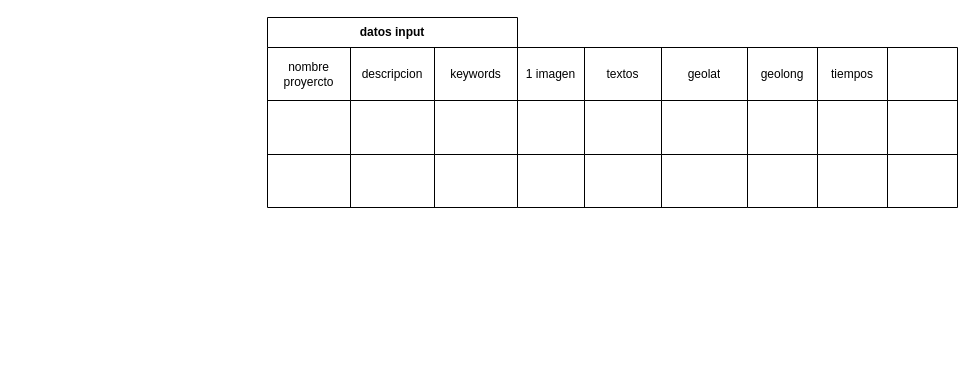
Above: prohelvetia.drawio in atractorestudio/docs (draw.io), before the change. Source tidied: cells renumbered, new cells numbered last; positions are measured from the earlier drawing's top-left corner, leaving out a move shared by most shapes. Both pictures are drawn from the tidied source at 100%, with x=0, y=0 at pixel (267, 17).
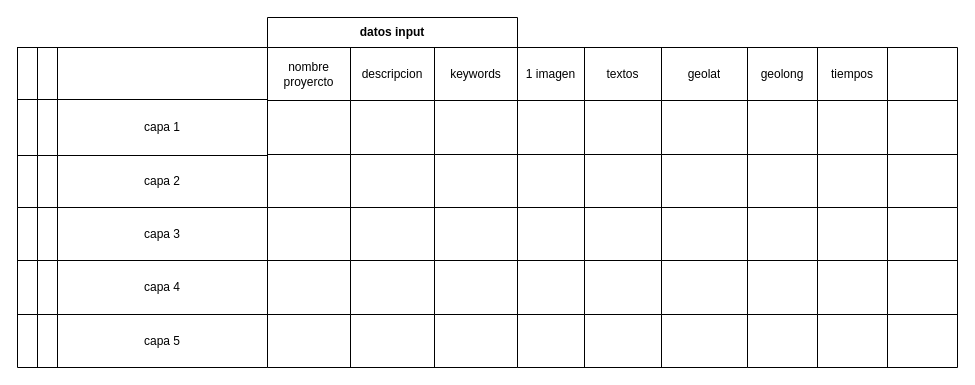
The same diagram, later.

What changed in the source:
```diff
@@
+    <mxCell id="41" style="shape=table;html=1;whiteSpace=wrap;startSize=0;childLayout=tableLayout;" parent="1" vertex="1">
+      <mxGeometry y="190" width="250" height="160" as="geometry" />
+    </mxCell>
+    <mxCell id="42" style="shape=partialRectangle;html=1;whiteSpace=wrap;fillColor=none;top=0;left=0;bottom=0;right=0;" parent="41" vertex="1">
+      <mxGeometry width="250" height="53" as="geometry" />
+    </mxCell>
+    <mxCell id="43" style="shape=partialRectangle;html=1;whiteSpace=wrap;fillColor=none;top=0;left=0;bottom=0;right=0;overflow=hidden;" parent="42" vertex="1">
+      <mxGeometry width="83" height="53" as="geometry" />
+    </mxCell>
+    <mxCell id="44" style="shape=partialRectangle;html=1;whiteSpace=wrap;fillColor=none;top=0;left=0;bottom=0;right=0;overflow=hidden;" parent="42" vertex="1">
+      <mxGeometry x="83" width="84" height="53" as="geometry" />
+    </mxCell>
+    <mxCell id="45" style="shape=partialRectangle;html=1;whiteSpace=wrap;fillColor=none;top=0;left=0;bottom=0;right=0;overflow=hidden;" parent="42" vertex="1">
+      <mxGeometry x="167" width="83" height="53" as="geometry" />
+    </mxCell>
+    <mxCell id="46" style="shape=partialRectangle;html=1;whiteSpace=wrap;fillColor=none;top=0;left=0;bottom=0;right=0;" parent="41" vertex="1">
+      <mxGeometry y="53" width="250" height="54" as="geometry" />
+    </mxCell>
+    <mxCell id="47" style="shape=partialRectangle;html=1;whiteSpace=wrap;fillColor=none;top=0;left=0;bottom=0;right=0;overflow=hidden;" parent="46" vertex="1">
+      <mxGeometry width="83" height="54" as="geometry" />
+    </mxCell>
+    <mxCell id="48" style="shape=partialRectangle;html=1;whiteSpace=wrap;fillColor=none;top=0;left=0;bottom=0;right=0;overflow=hidden;" parent="46" vertex="1">
+      <mxGeometry x="83" width="84" height="54" as="geometry" />
+    </mxCell>
+    <mxCell id="49" style="shape=partialRectangle;html=1;whiteSpace=wrap;fillColor=none;top=0;left=0;bottom=0;right=0;overflow=hidden;" parent="46" vertex="1">
+      <mxGeometry x="167" width="83" height="54" as="geometry" />
+    </mxCell>
+    <mxCell id="50" style="shape=partialRectangle;html=1;whiteSpace=wrap;fillColor=none;top=0;left=0;bottom=0;right=0;" parent="41" vertex="1">
+      <mxGeometry y="107" width="250" height="53" as="geometry" />
+    </mxCell>
+    <mxCell id="51" style="shape=partialRectangle;html=1;whiteSpace=wrap;fillColor=none;top=0;left=0;bottom=0;right=0;overflow=hidden;" parent="50" vertex="1">
+      <mxGeometry width="83" height="53" as="geometry" />
+    </mxCell>
+    <mxCell id="52" style="shape=partialRectangle;html=1;whiteSpace=wrap;fillColor=none;top=0;left=0;bottom=0;right=0;overflow=hidden;" parent="50" vertex="1">
+      <mxGeometry x="83" width="84" height="53" as="geometry" />
+    </mxCell>
+    <mxCell id="53" style="shape=partialRectangle;html=1;whiteSpace=wrap;fillColor=none;top=0;left=0;bottom=0;right=0;overflow=hidden;" parent="50" vertex="1">
+      <mxGeometry x="167" width="83" height="53" as="geometry" />
+    </mxCell>
+    <mxCell id="54" style="shape=table;html=1;whiteSpace=wrap;startSize=0;childLayout=tableLayout;" parent="1" vertex="1">
+      <mxGeometry x="250" y="190" width="230" height="160" as="geometry" />
+    </mxCell>
+    <mxCell id="55" style="shape=partialRectangle;html=1;whiteSpace=wrap;fillColor=none;top=0;left=0;bottom=0;right=0;" parent="54" vertex="1">
+      <mxGeometry width="230" height="53" as="geometry" />
+    </mxCell>
+    <mxCell id="56" style="shape=partialRectangle;html=1;whiteSpace=wrap;fillColor=none;top=0;left=0;bottom=0;right=0;overflow=hidden;" parent="55" vertex="1">
+      <mxGeometry width="67" height="53" as="geometry" />
+    </mxCell>
+    <mxCell id="57" style="shape=partialRectangle;html=1;whiteSpace=wrap;fillColor=none;top=0;left=0;bottom=0;right=0;overflow=hidden;" parent="55" vertex="1">
+      <mxGeometry x="67" width="77" height="53" as="geometry" />
+    </mxCell>
+    <mxCell id="58" style="shape=partialRectangle;html=1;whiteSpace=wrap;fillColor=none;top=0;left=0;bottom=0;right=0;overflow=hidden;" parent="55" vertex="1">
+      <mxGeometry x="144" width="86" height="53" as="geometry" />
+    </mxCell>
+    <mxCell id="59" style="shape=partialRectangle;html=1;whiteSpace=wrap;fillColor=none;top=0;left=0;bottom=0;right=0;" parent="54" vertex="1">
+      <mxGeometry y="53" width="230" height="54" as="geometry" />
+    </mxCell>
+    <mxCell id="60" style="shape=partialRectangle;html=1;whiteSpace=wrap;fillColor=none;top=0;left=0;bottom=0;right=0;overflow=hidden;" parent="59" vertex="1">
+      <mxGeometry width="67" height="54" as="geometry" />
+    </mxCell>
+    <mxCell id="61" style="shape=partialRectangle;html=1;whiteSpace=wrap;fillColor=none;top=0;left=0;bottom=0;right=0;overflow=hidden;" parent="59" vertex="1">
+      <mxGeometry x="67" width="77" height="54" as="geometry" />
+    </mxCell>
+    <mxCell id="62" style="shape=partialRectangle;html=1;whiteSpace=wrap;fillColor=none;top=0;left=0;bottom=0;right=0;overflow=hidden;" parent="59" vertex="1">
+      <mxGeometry x="144" width="86" height="54" as="geometry" />
+    </mxCell>
+    <mxCell id="63" style="shape=partialRectangle;html=1;whiteSpace=wrap;fillColor=none;top=0;left=0;bottom=0;right=0;" parent="54" vertex="1">
+      <mxGeometry y="107" width="230" height="53" as="geometry" />
+    </mxCell>
+    <mxCell id="64" style="shape=partialRectangle;html=1;whiteSpace=wrap;fillColor=none;top=0;left=0;bottom=0;right=0;overflow=hidden;" parent="63" vertex="1">
+      <mxGeometry width="67" height="53" as="geometry" />
+    </mxCell>
+    <mxCell id="65" style="shape=partialRectangle;html=1;whiteSpace=wrap;fillColor=none;top=0;left=0;bottom=0;right=0;overflow=hidden;" parent="63" vertex="1">
+      <mxGeometry x="67" width="77" height="53" as="geometry" />
+    </mxCell>
+    <mxCell id="66" style="shape=partialRectangle;html=1;whiteSpace=wrap;fillColor=none;top=0;left=0;bottom=0;right=0;overflow=hidden;" parent="63" vertex="1">
+      <mxGeometry x="144" width="86" height="53" as="geometry" />
+    </mxCell>
+    <mxCell id="67" style="shape=table;html=1;whiteSpace=wrap;startSize=0;childLayout=tableLayout;" parent="1" vertex="1">
+      <mxGeometry x="480" y="190" width="210" height="160" as="geometry" />
+    </mxCell>
+    <mxCell id="68" style="shape=partialRectangle;html=1;whiteSpace=wrap;fillColor=none;top=0;left=0;bottom=0;right=0;" parent="67" vertex="1">
+      <mxGeometry width="210" height="53" as="geometry" />
+    </mxCell>
+    <mxCell id="69" style="shape=partialRectangle;html=1;whiteSpace=wrap;fillColor=none;top=0;left=0;bottom=0;right=0;overflow=hidden;" parent="68" vertex="1">
+      <mxGeometry width="70" height="53" as="geometry" />
+    </mxCell>
+    <mxCell id="70" style="shape=partialRectangle;html=1;whiteSpace=wrap;fillColor=none;top=0;left=0;bottom=0;right=0;overflow=hidden;" parent="68" vertex="1">
+      <mxGeometry x="70" width="70" height="53" as="geometry" />
+    </mxCell>
+    <mxCell id="71" style="shape=partialRectangle;html=1;whiteSpace=wrap;fillColor=none;top=0;left=0;bottom=0;right=0;overflow=hidden;" parent="68" vertex="1">
+      <mxGeometry x="140" width="70" height="53" as="geometry" />
+    </mxCell>
+    <mxCell id="72" style="shape=partialRectangle;html=1;whiteSpace=wrap;fillColor=none;top=0;left=0;bottom=0;right=0;" parent="67" vertex="1">
+      <mxGeometry y="53" width="210" height="54" as="geometry" />
+    </mxCell>
+    <mxCell id="73" style="shape=partialRectangle;html=1;whiteSpace=wrap;fillColor=none;top=0;left=0;bottom=0;right=0;overflow=hidden;" parent="72" vertex="1">
+      <mxGeometry width="70" height="54" as="geometry" />
+    </mxCell>
+    <mxCell id="74" style="shape=partialRectangle;html=1;whiteSpace=wrap;fillColor=none;top=0;left=0;bottom=0;right=0;overflow=hidden;" parent="72" vertex="1">
+      <mxGeometry x="70" width="70" height="54" as="geometry" />
+    </mxCell>
+    <mxCell id="75" style="shape=partialRectangle;html=1;whiteSpace=wrap;fillColor=none;top=0;left=0;bottom=0;right=0;overflow=hidden;" parent="72" vertex="1">
+      <mxGeometry x="140" width="70" height="54" as="geometry" />
+    </mxCell>
+    <mxCell id="76" style="shape=partialRectangle;html=1;whiteSpace=wrap;fillColor=none;top=0;left=0;bottom=0;right=0;" parent="67" vertex="1">
+      <mxGeometry y="107" width="210" height="53" as="geometry" />
+    </mxCell>
+    <mxCell id="77" style="shape=partialRectangle;html=1;whiteSpace=wrap;fillColor=none;top=0;left=0;bottom=0;right=0;overflow=hidden;" parent="76" vertex="1">
+      <mxGeometry width="70" height="53" as="geometry" />
+    </mxCell>
+    <mxCell id="78" style="shape=partialRectangle;html=1;whiteSpace=wrap;fillColor=none;top=0;left=0;bottom=0;right=0;overflow=hidden;" parent="76" vertex="1">
+      <mxGeometry x="70" width="70" height="53" as="geometry" />
+    </mxCell>
+    <mxCell id="79" style="shape=partialRectangle;html=1;whiteSpace=wrap;fillColor=none;top=0;left=0;bottom=0;right=0;overflow=hidden;" parent="76" vertex="1">
+      <mxGeometry x="140" width="70" height="53" as="geometry" />
+    </mxCell>
+    <mxCell id="80" style="shape=table;html=1;whiteSpace=wrap;startSize=0;childLayout=tableLayout;" parent="1" vertex="1">
+      <mxGeometry x="-250" y="190" width="250" height="160" as="geometry" />
+    </mxCell>
+    <mxCell id="81" style="shape=partialRectangle;html=1;whiteSpace=wrap;fillColor=none;top=0;left=0;bottom=0;right=0;" parent="80" vertex="1">
+      <mxGeometry width="250" height="53" as="geometry" />
+    </mxCell>
+    <mxCell id="82" style="shape=partialRectangle;html=1;whiteSpace=wrap;fillColor=none;top=0;left=0;bottom=0;right=0;overflow=hidden;" parent="81" vertex="1">
+      <mxGeometry width="20" height="53" as="geometry" />
+    </mxCell>
+    <mxCell id="83" style="shape=partialRectangle;html=1;whiteSpace=wrap;fillColor=none;top=0;left=0;bottom=0;right=0;overflow=hidden;" parent="81" vertex="1">
+      <mxGeometry x="20" width="20" height="53" as="geometry" />
+    </mxCell>
+    <mxCell id="84" value="capa 3" style="shape=partialRectangle;html=1;whiteSpace=wrap;fillColor=none;top=0;left=0;bottom=0;right=0;overflow=hidden;" parent="81" vertex="1">
+      <mxGeometry x="40" width="210" height="53" as="geometry" />
+    </mxCell>
+    <mxCell id="85" style="shape=partialRectangle;html=1;whiteSpace=wrap;fillColor=none;top=0;left=0;bottom=0;right=0;" parent="80" vertex="1">
+      <mxGeometry y="53" width="250" height="54" as="geometry" />
+    </mxCell>
+    <mxCell id="86" style="shape=partialRectangle;html=1;whiteSpace=wrap;fillColor=none;top=0;left=0;bottom=0;right=0;overflow=hidden;" parent="85" vertex="1">
+      <mxGeometry width="20" height="54" as="geometry" />
+    </mxCell>
+    <mxCell id="87" style="shape=partialRectangle;html=1;whiteSpace=wrap;fillColor=none;top=0;left=0;bottom=0;right=0;overflow=hidden;" parent="85" vertex="1">
+      <mxGeometry x="20" width="20" height="54" as="geometry" />
+    </mxCell>
+    <mxCell id="88" value="capa 4" style="shape=partialRectangle;html=1;whiteSpace=wrap;fillColor=none;top=0;left=0;bottom=0;right=0;overflow=hidden;" parent="85" vertex="1">
+      <mxGeometry x="40" width="210" height="54" as="geometry" />
+    </mxCell>
+    <mxCell id="89" style="shape=partialRectangle;html=1;whiteSpace=wrap;fillColor=none;top=0;left=0;bottom=0;right=0;" parent="80" vertex="1">
+      <mxGeometry y="107" width="250" height="53" as="geometry" />
+    </mxCell>
+    <mxCell id="90" style="shape=partialRectangle;html=1;whiteSpace=wrap;fillColor=none;top=0;left=0;bottom=0;right=0;overflow=hidden;" parent="89" vertex="1">
+      <mxGeometry width="20" height="53" as="geometry" />
+    </mxCell>
+    <mxCell id="91" style="shape=partialRectangle;html=1;whiteSpace=wrap;fillColor=none;top=0;left=0;bottom=0;right=0;overflow=hidden;" parent="89" vertex="1">
+      <mxGeometry x="20" width="20" height="53" as="geometry" />
+    </mxCell>
+    <mxCell id="92" value="capa 5" style="shape=partialRectangle;html=1;whiteSpace=wrap;fillColor=none;top=0;left=0;bottom=0;right=0;overflow=hidden;" parent="89" vertex="1">
+      <mxGeometry x="40" width="210" height="53" as="geometry" />
+    </mxCell>
+    <mxCell id="93" style="shape=table;html=1;whiteSpace=wrap;startSize=0;childLayout=tableLayout;" parent="1" vertex="1">
+      <mxGeometry x="-250" y="30" width="250" height="160" as="geometry" />
+    </mxCell>
+    <mxCell id="94" style="shape=partialRectangle;html=1;whiteSpace=wrap;fillColor=none;top=0;left=0;bottom=0;right=0;" parent="93" vertex="1">
+      <mxGeometry width="250" height="52" as="geometry" />
+    </mxCell>
+    <mxCell id="95" style="shape=partialRectangle;html=1;whiteSpace=wrap;fillColor=none;top=0;left=0;bottom=0;right=0;overflow=hidden;" parent="94" vertex="1">
+      <mxGeometry width="20" height="52" as="geometry" />
+    </mxCell>
+    <mxCell id="96" style="shape=partialRectangle;html=1;whiteSpace=wrap;fillColor=none;top=0;left=0;bottom=0;right=0;overflow=hidden;" parent="94" vertex="1">
+      <mxGeometry x="20" width="20" height="52" as="geometry" />
+    </mxCell>
+    <mxCell id="97" style="shape=partialRectangle;html=1;whiteSpace=wrap;fillColor=none;top=0;left=0;bottom=0;right=0;overflow=hidden;" parent="94" vertex="1">
+      <mxGeometry x="40" width="210" height="52" as="geometry" />
+    </mxCell>
+    <mxCell id="98" style="shape=partialRectangle;html=1;whiteSpace=wrap;fillColor=none;top=0;left=0;bottom=0;right=0;" parent="93" vertex="1">
+      <mxGeometry y="52" width="250" height="56" as="geometry" />
+    </mxCell>
+    <mxCell id="99" style="shape=partialRectangle;html=1;whiteSpace=wrap;fillColor=none;top=0;left=0;bottom=0;right=0;overflow=hidden;" parent="98" vertex="1">
+      <mxGeometry width="20" height="56" as="geometry" />
+    </mxCell>
+    <mxCell id="100" style="shape=partialRectangle;html=1;whiteSpace=wrap;fillColor=none;top=0;left=0;bottom=0;right=0;overflow=hidden;" parent="98" vertex="1">
+      <mxGeometry x="20" width="20" height="56" as="geometry" />
+    </mxCell>
+    <mxCell id="101" value="capa 1" style="shape=partialRectangle;html=1;whiteSpace=wrap;fillColor=none;top=0;left=0;bottom=0;right=0;overflow=hidden;" parent="98" vertex="1">
+      <mxGeometry x="40" width="210" height="56" as="geometry" />
+    </mxCell>
+    <mxCell id="102" style="shape=partialRectangle;html=1;whiteSpace=wrap;fillColor=none;top=0;left=0;bottom=0;right=0;" parent="93" vertex="1">
+      <mxGeometry y="108" width="250" height="52" as="geometry" />
+    </mxCell>
+    <mxCell id="103" style="shape=partialRectangle;html=1;whiteSpace=wrap;fillColor=none;top=0;left=0;bottom=0;right=0;overflow=hidden;" parent="102" vertex="1">
+      <mxGeometry width="20" height="52" as="geometry" />
+    </mxCell>
+    <mxCell id="104" style="shape=partialRectangle;html=1;whiteSpace=wrap;fillColor=none;top=0;left=0;bottom=0;right=0;overflow=hidden;" parent="102" vertex="1">
+      <mxGeometry x="20" width="20" height="52" as="geometry" />
+    </mxCell>
+    <mxCell id="105" value="capa 2" style="shape=partialRectangle;html=1;whiteSpace=wrap;fillColor=none;top=0;left=0;bottom=0;right=0;overflow=hidden;" parent="102" vertex="1">
+      <mxGeometry x="40" width="210" height="52" as="geometry" />
+    </mxCell>
```
